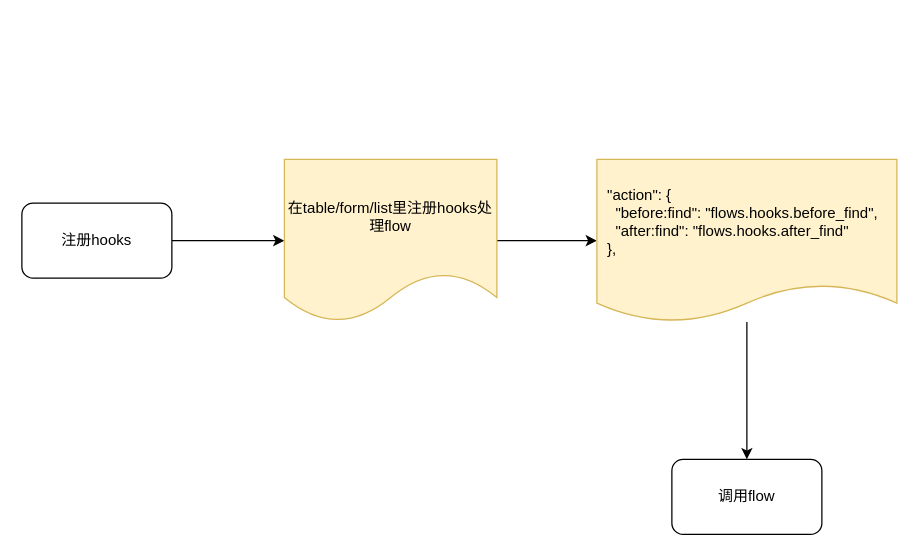
Above: page "table hooks" (4 of 10) of docs/流程图/drawio/yao_app.drawio in wwsheng009/yao-docs (draw.io), before the change. Source tidied: cells renumbered, new cells numbered last; positions are measured from the earlier drawing's top-left corner, leaving out a move shared by most shapes. Both pictures are drawn from the tidied source at 125%, with x=0, y=0 at pixel (21, 159).
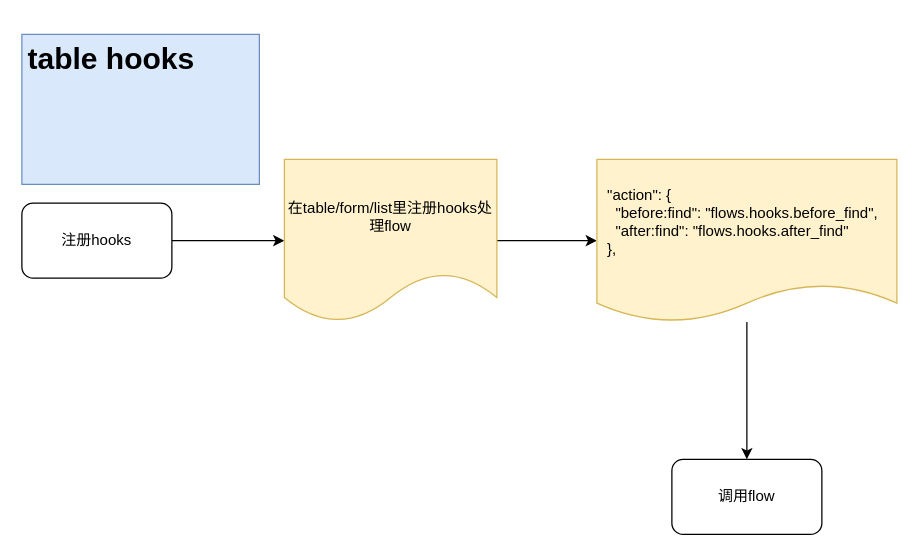
After the change.

Change to the diagram source:
```diff
@@
 <mxGraphModel>
   <root>
     <mxCell id="0" />
     <mxCell id="1" parent="0" />
     <mxCell id="2" style="edgeStyle=orthogonalEdgeStyle;rounded=0;jettySize=auto;html=1;" parent="1" edge="1" source="3" target="5">
       <mxGeometry relative="1" as="geometry" />
     </mxCell>
     <mxCell id="3" value="注册hooks" style="rounded=1;whiteSpace=wrap;html=1;" parent="1" vertex="1">
       <mxGeometry y="35" width="120" height="60" as="geometry" />
     </mxCell>
     <mxCell id="4" style="edgeStyle=orthogonalEdgeStyle;rounded=0;jettySize=auto;html=1;" parent="1" edge="1" source="5" target="7">
       <mxGeometry relative="1" as="geometry" />
     </mxCell>
     <mxCell id="5" value="在table/form/list里注册hooks处理flow" style="shape=document;whiteSpace=wrap;html=1;boundedLbl=1;fillColor=#fff2cc;strokeColor=#d6b656;" parent="1" vertex="1">
       <mxGeometry x="210" width="170" height="130" as="geometry" />
     </mxCell>
     <mxCell id="6" style="edgeStyle=orthogonalEdgeStyle;rounded=0;jettySize=auto;html=1;" parent="1" edge="1" source="7" target="8">
       <mxGeometry relative="1" as="geometry" />
     </mxCell>
     <mxCell id="7" value="&lt;div&gt;&amp;nbsp; &quot;action&quot;: {&lt;/div&gt;&lt;div&gt;&amp;nbsp; &amp;nbsp; &quot;before:find&quot;: &quot;flows.hooks.before_find&quot;,&lt;/div&gt;&lt;div&gt;&amp;nbsp; &amp;nbsp; &quot;after:find&quot;: &quot;flows.hooks.after_find&quot;&lt;/div&gt;&lt;div&gt;&amp;nbsp; },&lt;/div&gt;" style="shape=document;whiteSpace=wrap;html=1;boundedLbl=1;align=left;size=0.23076923076923078;fillColor=#fff2cc;strokeColor=#d6b656;" parent="1" vertex="1">
       <mxGeometry x="460" width="240" height="130" as="geometry" />
     </mxCell>
     <mxCell id="8" value="调用flow" style="rounded=1;whiteSpace=wrap;html=1;" parent="1" vertex="1">
       <mxGeometry x="520" y="240" width="120" height="60" as="geometry" />
     </mxCell>
+    <mxCell id="9" value="&lt;h1&gt;table hooks&lt;/h1&gt;&lt;p&gt;&lt;br&gt;&lt;/p&gt;" style="text;html=1;strokeColor=#6c8ebf;fillColor=#dae8fc;spacing=5;spacingTop=-20;whiteSpace=wrap;overflow=hidden;rounded=0;" parent="1" vertex="1">
+      <mxGeometry y="-100" width="190" height="120" as="geometry" />
+    </mxCell>
   </root>
 </mxGraphModel>
```
